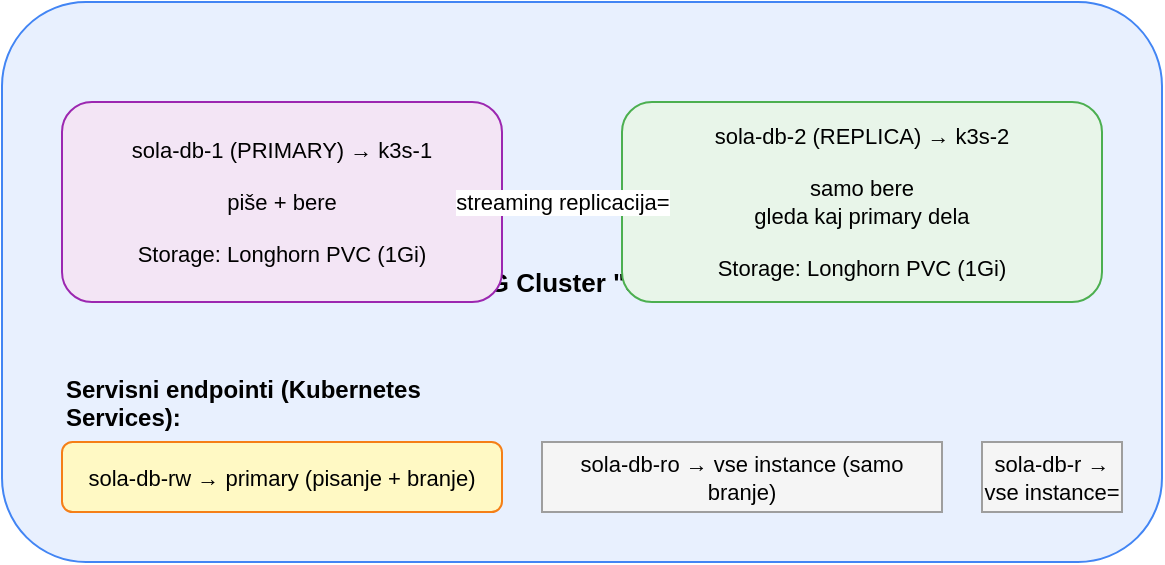
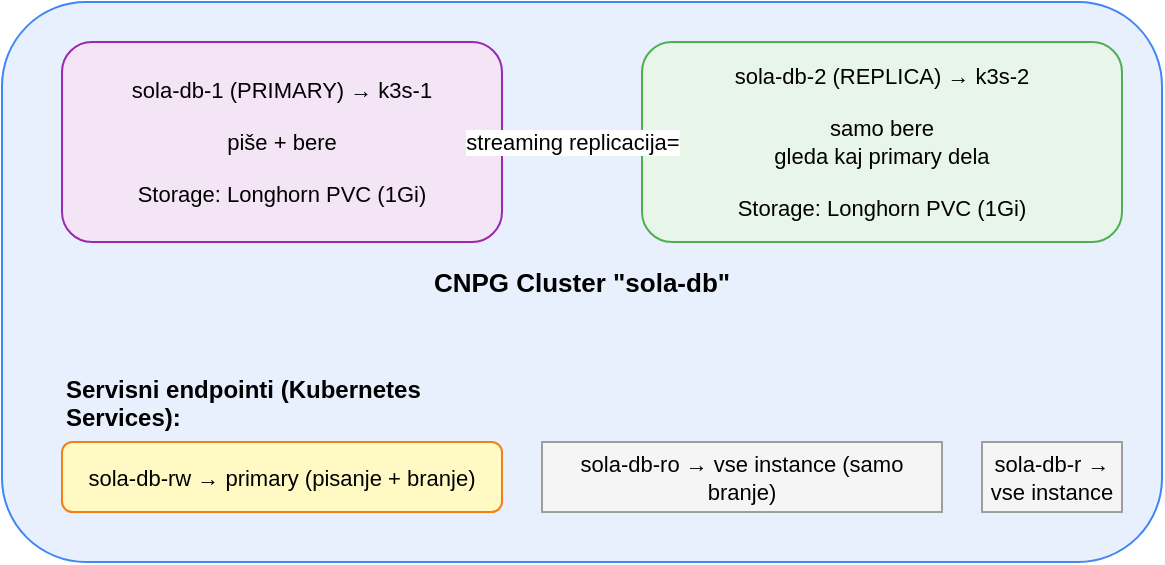
- <?xml version="1.0" encoding="UTF-8"?>
- <mxfile host="app.diagrams.net" agent="Hermes Agent=" version="24.2.5">
+ <mxfile host="app.diagrams.net" agent="Hermes Agent=">
  <diagram name="cnpg-cluster" id="diagram-cnpg-cluster.drawio">
-     <mxGraphModel dx="1000" dy="600" grid="1" gridSize="10" guides="1" tooltips="1" connect="1" arrows="1" fold="1" page="1" pageScale="1" pageWidth="827" pageHeight="1169" math="0" shadow="0">
+     <mxGraphModel dx="865" dy="488" grid="1" gridSize="10" guides="1" tooltips="1" connect="1" arrows="1" fold="1" page="1" pageScale="1" pageWidth="827" pageHeight="1169" math="0" shadow="0">
      <root>
        <mxCell id="0" />
        <mxCell id="1" parent="0" />
-         <mxCell id="d3-2" value="CNPG Cluster &quot;sola-db&quot;" style="rounded=1;whiteSpace=wrap;html=1;fillColor=#E8F0FE;strokeColor=#4285F4;fontSize=13;fontStyle=1;" vertex="1" parent="1">
-           <mxGeometry x="10" y="10" width="580" height="280" as="geometry" />
+         <mxCell id="d3-2" parent="1" style="rounded=1;whiteSpace=wrap;html=1;fillColor=#E8F0FE;strokeColor=#4285F4;fontSize=13;fontStyle=1;" value="CNPG Cluster &quot;sola-db&quot;" vertex="1">
+           <mxGeometry height="280" width="580" x="10" y="10" as="geometry" />
        </mxCell>
-         <mxCell id="d3-3" value="sola-db-1 (PRIMARY) → k3s-1&#xa;&#xa;piše + bere&#xa;&#xa;Storage: Longhorn PVC (1Gi)" style="rounded=1;whiteSpace=wrap;html=1;fillColor=#F3E5F5;strokeColor=#9C27B0;fontSize=11;" vertex="1" parent="1">
-           <mxGeometry x="40" y="60" width="220" height="100" as="geometry" />
+         <mxCell id="d3-3" parent="1" style="rounded=1;whiteSpace=wrap;html=1;fillColor=#F3E5F5;strokeColor=#9C27B0;fontSize=11;" value="sola-db-1 (PRIMARY) → k3s-1&#xa;&#xa;piše + bere&#xa;&#xa;Storage: Longhorn PVC (1Gi)" vertex="1">
+           <mxGeometry height="100" width="220" x="40" y="30" as="geometry" />
        </mxCell>
-         <mxCell id="d3-4" value="sola-db-2 (REPLICA) → k3s-2&#xa;&#xa;samo bere&#xa;gleda kaj primary dela&#xa;&#xa;Storage: Longhorn PVC (1Gi)" style="rounded=1;whiteSpace=wrap;html=1;fillColor=#E8F5E9;strokeColor=#4CAF50;fontSize=11;" vertex="1" parent="1">
-           <mxGeometry x="320" y="60" width="240" height="100" as="geometry" />
+         <mxCell id="d3-4" parent="1" style="rounded=1;whiteSpace=wrap;html=1;fillColor=#E8F5E9;strokeColor=#4CAF50;fontSize=11;" value="sola-db-2 (REPLICA) → k3s-2&#xa;&#xa;samo bere&#xa;gleda kaj primary dela&#xa;&#xa;Storage: Longhorn PVC (1Gi)" vertex="1">
+           <mxGeometry height="100" width="240" x="330" y="30" as="geometry" />
        </mxCell>
-         <mxCell id="d3-5" value="Servisni endpointi (Kubernetes Services):" style="text;whiteSpace=wrap;html=1;fontSize=12;fontStyle=1;" vertex="1" parent="1">
-           <mxGeometry x="40" y="190" width="200" height="30" as="geometry" />
+         <mxCell id="d3-5" parent="1" style="text;whiteSpace=wrap;html=1;fontSize=12;fontStyle=1;" value="Servisni endpointi (Kubernetes Services):" vertex="1">
+           <mxGeometry height="30" width="200" x="40" y="190" as="geometry" />
        </mxCell>
-         <mxCell id="d3-6" value="sola-db-rw → primary (pisanje + branje)" style="rounded=1;whiteSpace=wrap;html=1;fillColor=#FFF9C4;strokeColor=#F57F17;fontSize=11;" vertex="1" parent="1">
-           <mxGeometry x="40" y="230" width="220" height="35" as="geometry" />
+         <mxCell id="d3-6" parent="1" style="rounded=1;whiteSpace=wrap;html=1;fillColor=#FFF9C4;strokeColor=#F57F17;fontSize=11;" value="sola-db-rw → primary (pisanje + branje)" vertex="1">
+           <mxGeometry height="35" width="220" x="40" y="230" as="geometry" />
        </mxCell>
-         <mxCell id="d3-7" value="sola-db-ro → vse instance (samo branje)" style="rounded=0;whiteSpace=wrap;html=1;fillColor=#F5F5F5;strokeColor=#9E9E9E;fontSize=11;" vertex="1" parent="1">
-           <mxGeometry x="280" y="230" width="200" height="35" as="geometry" />
+         <mxCell id="d3-7" parent="1" style="rounded=0;whiteSpace=wrap;html=1;fillColor=#F5F5F5;strokeColor=#9E9E9E;fontSize=11;" value="sola-db-ro → vse instance (samo branje)" vertex="1">
+           <mxGeometry height="35" width="200" x="280" y="230" as="geometry" />
        </mxCell>
-         <mxCell id="d3-8" value="sola-db-r → vse instance=" style="rounded=0;whiteSpace=wrap;html=1;fillColor=#F5F5F5;strokeColor=#9E9E9E;fontSize=11;" vertex="1" parent="1">
-           <mxGeometry x="500" y="230" width="70" height="35" as="geometry" />
+         <mxCell id="d3-8" parent="1" style="rounded=0;whiteSpace=wrap;html=1;fillColor=#F5F5F5;strokeColor=#9E9E9E;fontSize=11;" value="sola-db-r → vse instance" vertex="1">
+           <mxGeometry height="35" width="70" x="500" y="230" as="geometry" />
        </mxCell>
-         <mxCell id="d3-9" value="streaming replicacija=" style="edgeStyle=orthogonalEdgeStyle;rounded=0;orthogonalLoop=1;jettySize=auto;html=1;endArrow=block;dashed=1;dashPattern=6 3;strokeColor=#9C27B0;fontSize=11;" edge="1" parent="1" source="d3-3" target="d3-4">
+         <mxCell id="d3-9" edge="1" parent="1" source="d3-3" style="edgeStyle=orthogonalEdgeStyle;rounded=0;orthogonalLoop=1;jettySize=auto;html=1;endArrow=block;dashed=1;dashPattern=6 3;strokeColor=#9C27B0;fontSize=11;" target="d3-4" value="streaming replicacija=">
          <mxGeometry relative="1" as="geometry">
            <mxPoint as="offset" />
          </mxGeometry>
        </mxCell>
      </root>
    </mxGraphModel>
  </diagram>
- </mxfile>+ </mxfile>
